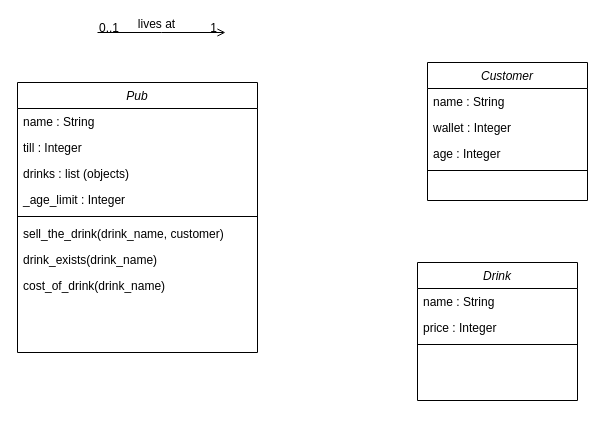
Earlier version of the draw.io diagram ClassDiagram.drawio (Michalju/week2_day3_PubLab). Source tidied: cells renumbered, new cells numbered last; positions are measured from the earlier drawing's top-left corner, leaving out a move shared by most shapes. Both pictures are drawn from the tidied source at 100%, with x=0, y=0 at pixel (17, 32).
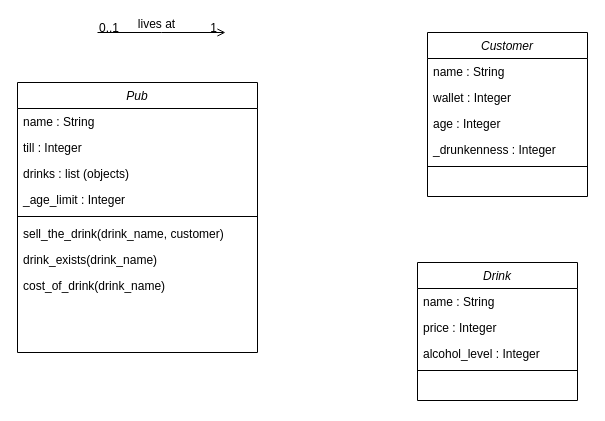
Above is the later version.

Commit message (it also covers changes not shown here):
drunkenness tested

The change refers to these unchanged cells:
```xml
<mxCell id="15" value="Drink" style="swimlane;fontStyle=2;align=center;verticalAlign=top;horizontal=1;startSize=26;rounded=0;shadow=0;strokeWidth=1;" parent="1" vertex="1">
  <mxGeometry x="400" y="230" width="160" height="138" as="geometry" />
</mxCell>
```

The edit, as a diff of the source:
```diff
@@
+    <mxCell id="26" value="alcohol_level : Integer" style="text;align=left;verticalAlign=top;spacingLeft=4;spacingRight=4;overflow=hidden;rounded=0;shadow=0;html=0;" parent="15" vertex="1">
+      <mxGeometry y="78" width="160" height="26" as="geometry" />
+    </mxCell>
     <mxCell id="18" style="line;html=1;strokeWidth=1;align=left;verticalAlign=middle;spacingTop=-1;spacingLeft=3;spacingRight=3;labelPosition=right;" parent="15" vertex="1">
-      <mxGeometry y="78" width="160" height="8" as="geometry" />
+      <mxGeometry y="104" width="160" height="8" as="geometry" />
     </mxCell>
     <mxCell id="19" value=" " style="text;align=left;verticalAlign=top;spacingLeft=4;spacingRight=4;overflow=hidden;" parent="15" vertex="1">
-      <mxGeometry y="86" width="160" height="26" as="geometry" />
+      <mxGeometry y="112" width="160" height="26" as="geometry" />
     </mxCell>
     <mxCell id="20" value="Customer" style="swimlane;fontStyle=2;align=center;verticalAlign=top;horizontal=1;startSize=26;rounded=0;shadow=0;strokeWidth=1;" parent="1" vertex="1">
-      <mxGeometry x="410" y="30" width="160" height="138" as="geometry" />
+      <mxGeometry x="410" width="160" height="164" as="geometry" />
     </mxCell>
@@
+    <mxCell id="27" value="_drunkenness : Integer" style="text;align=left;verticalAlign=top;spacingLeft=4;spacingRight=4;overflow=hidden;rounded=0;shadow=0;html=0;" parent="20" vertex="1">
+      <mxGeometry y="104" width="160" height="26" as="geometry" />
+    </mxCell>
     <mxCell id="24" style="line;html=1;strokeWidth=1;align=left;verticalAlign=middle;spacingTop=-1;spacingLeft=3;spacingRight=3;labelPosition=right;" parent="20" vertex="1">
-      <mxGeometry y="104" width="160" height="8" as="geometry" />
+      <mxGeometry y="130" width="160" height="8" as="geometry" />
     </mxCell>
     <mxCell id="25" value=" " style="text;align=left;verticalAlign=top;spacingLeft=4;spacingRight=4;overflow=hidden;" parent="20" vertex="1">
-      <mxGeometry y="112" width="160" height="26" as="geometry" />
+      <mxGeometry y="138" width="160" height="26" as="geometry" />
     </mxCell>
```
